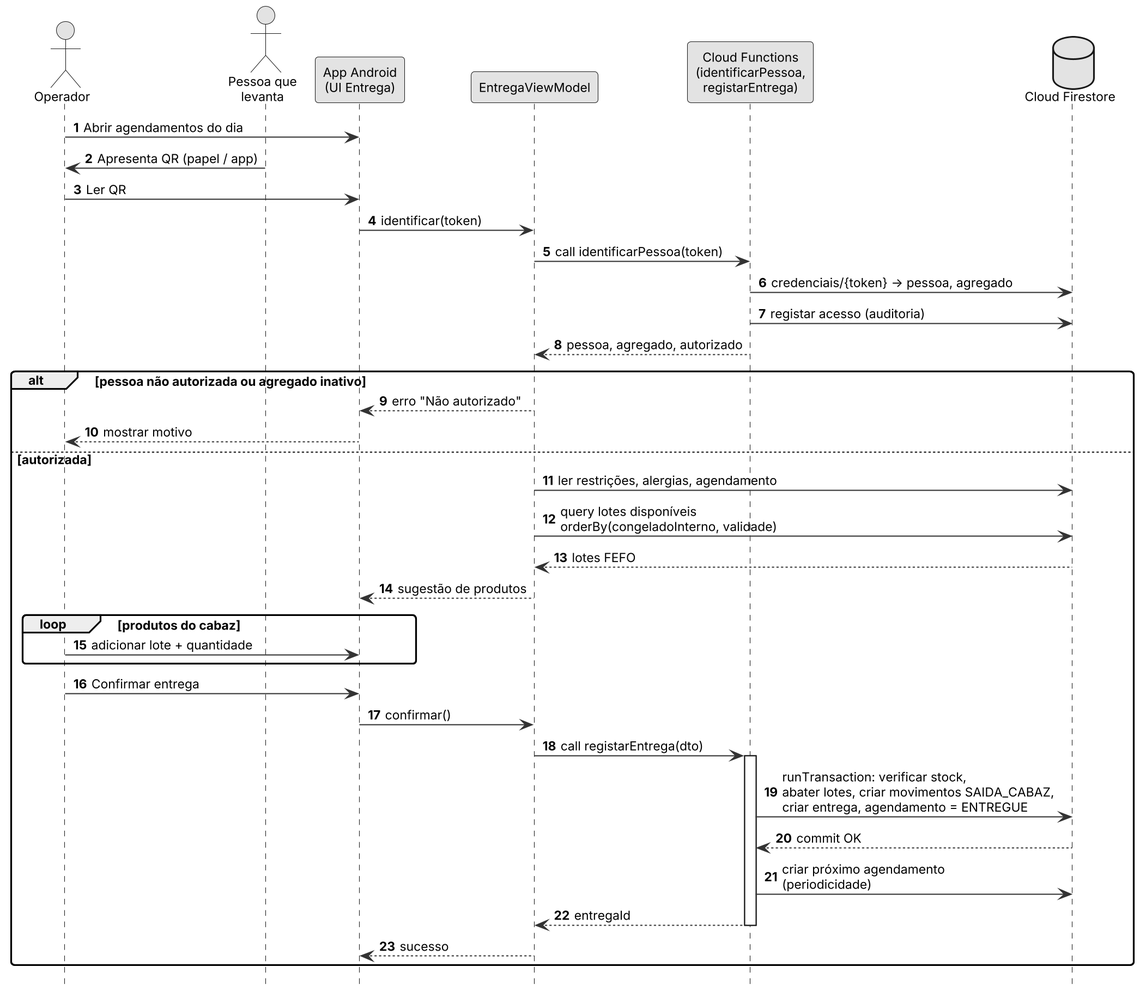
Before: Docs/diagramas/sq_entrega.png, a diagram exported from PlantUML (Miguel31028/GASC).
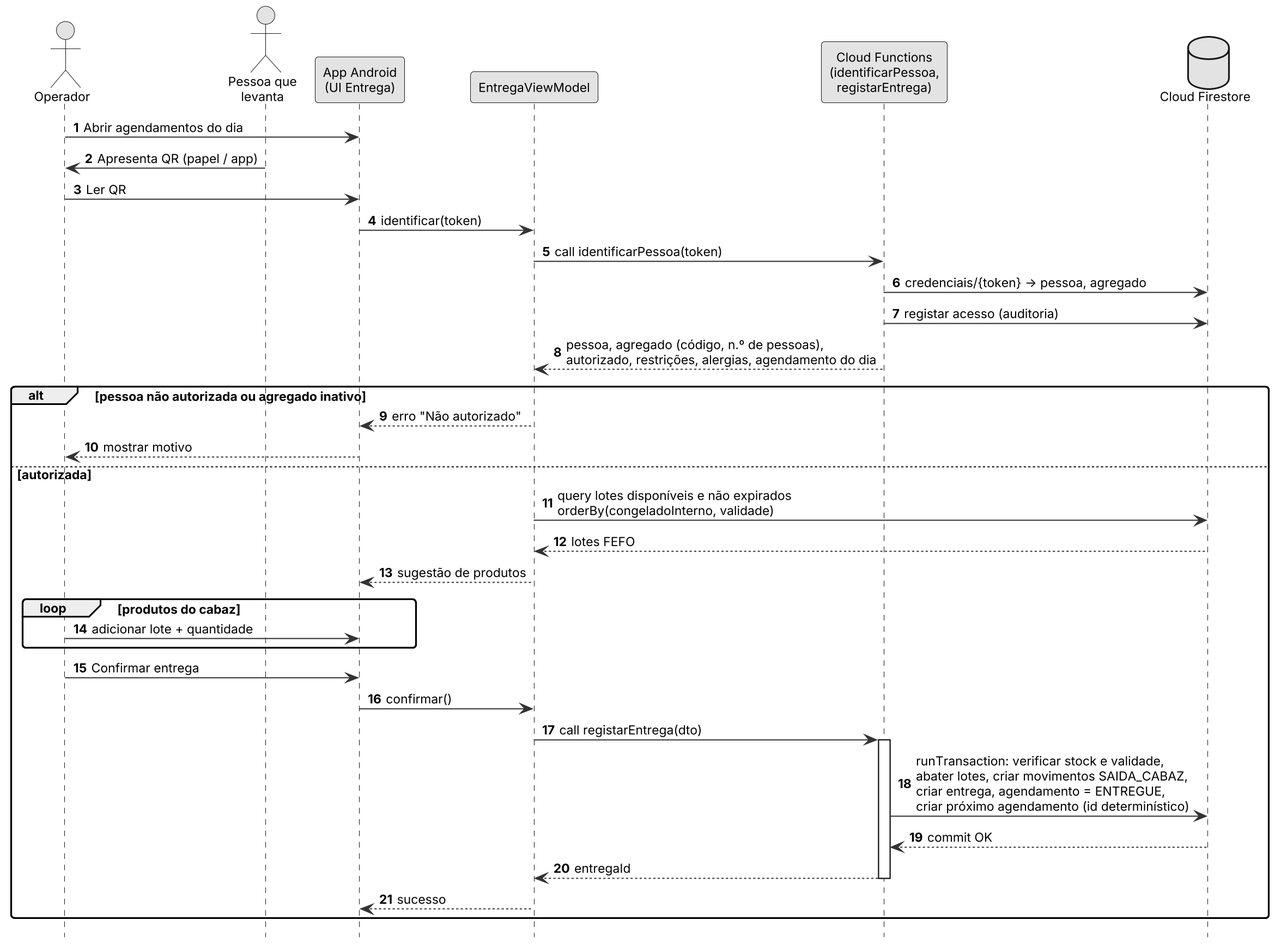
Above is the later version.

Change to the diagram source:
```diff
@@ -15,13 +15,12 @@
 VM -> CF : call identificarPessoa(token)
 CF -> FS : credenciais/{token} → pessoa, agregado
 CF -> FS : registar acesso (auditoria)
-CF --> VM : pessoa, agregado, autorizado
+CF --> VM : pessoa, agregado (código, n.º de pessoas),\nautorizado, restrições, alergias, agendamento do dia
 alt pessoa não autorizada ou agregado inativo
   VM --> UI : erro "Não autorizado"
   UI --> OP : mostrar motivo
 else autorizada
-  VM -> FS : ler restrições, alergias, agendamento
-  VM -> FS : query lotes disponíveis\norderBy(congeladoInterno, validade)
+  VM -> FS : query lotes disponíveis e não expirados\norderBy(congeladoInterno, validade)
   FS --> VM : lotes FEFO
   VM --> UI : sugestão de produtos
   loop produtos do cabaz
@@ -31,9 +30,8 @@
   UI -> VM : confirmar()
   VM -> CF : call registarEntrega(dto)
   activate CF
-  CF -> FS : runTransaction: verificar stock,\nabater lotes, criar movimentos SAIDA_CABAZ,\ncriar entrega, agendamento = ENTREGUE
+  CF -> FS : runTransaction: verificar stock e validade,\nabater lotes, criar movimentos SAIDA_CABAZ,\ncriar entrega, agendamento = ENTREGUE,\ncriar próximo agendamento (id determinístico)
   FS --> CF : commit OK
-  CF -> FS : criar próximo agendamento\n(periodicidade)
   CF --> VM : entregaId
   deactivate CF
   VM --> UI : sucesso
```
